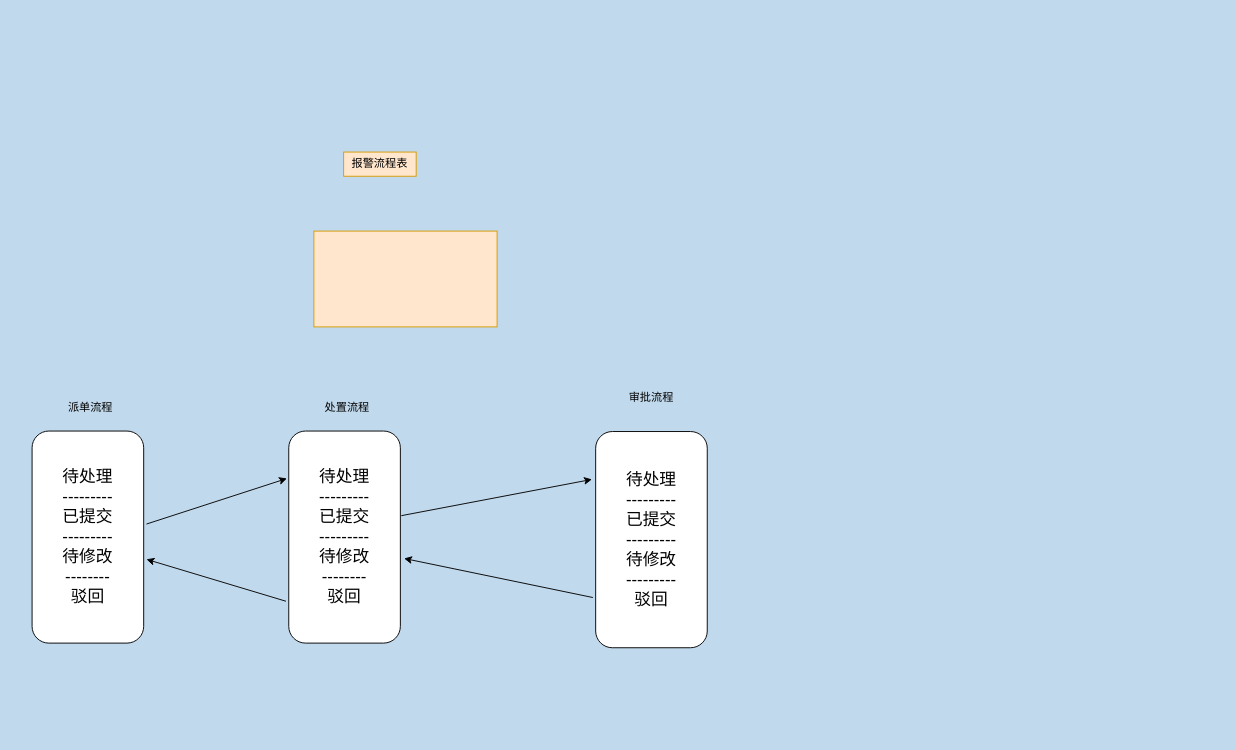
bestOneOnly/drawRelations keeps this draw.io diagram as 未命名绘图.drawio. Above is the earlier version. Source tidied: cells renumbered, new cells numbered last; positions are measured from the earlier drawing's top-left corner, leaving out a move shared by most shapes. Both pictures are drawn from the tidied source at 93%, with x=0, y=0 at pixel (32, 152).
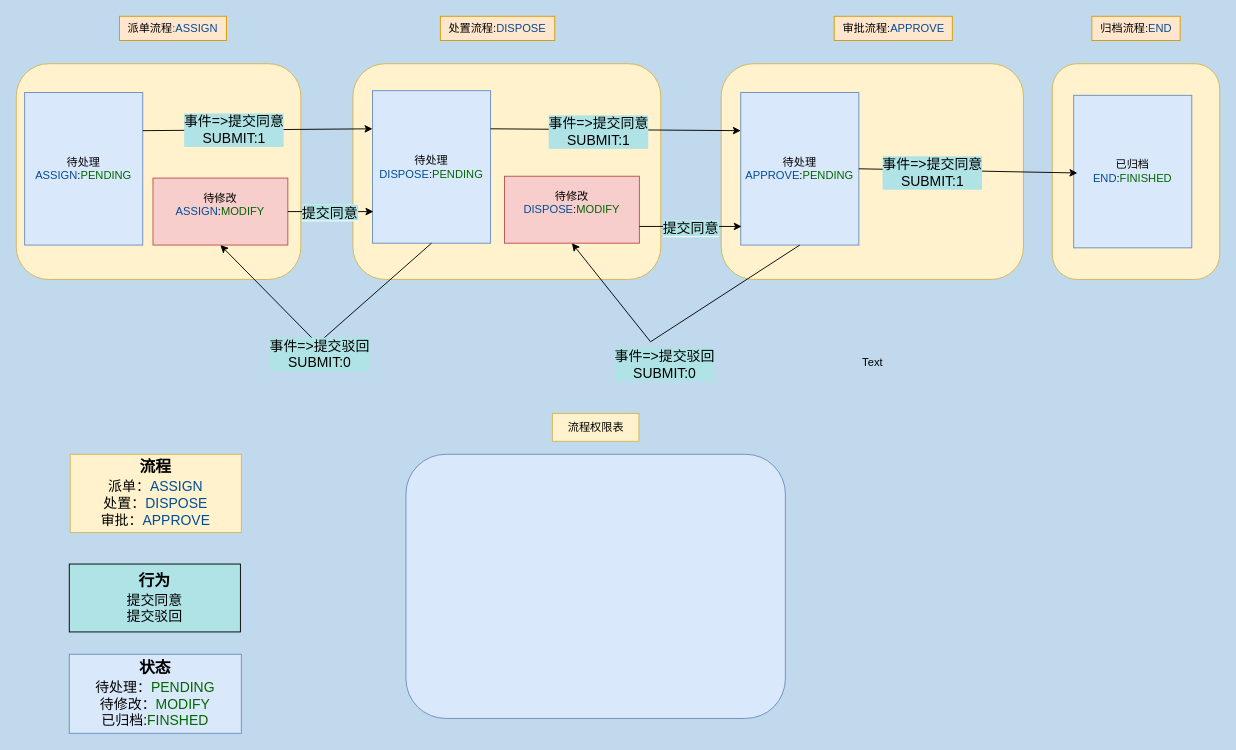
The same diagram, later.

Commit message:
更新未命名绘图.drawio

Diff of the diagram source:
```diff
@@
-    <mxCell id="2" style="rounded=0;whiteSpace=wrap;html=1;fillColor=#ffe6cc;strokeColor=#d79b00;" parent="1" vertex="1">
-      <mxGeometry x="303" y="85" width="197" height="103" as="geometry" />
-    </mxCell>
-    <mxCell id="3" value="报警流程表" style="text;html=1;whiteSpace=wrap;strokeColor=#d79b00;fillColor=#ffe6cc;align=center;verticalAlign=middle;rounded=0;" parent="1" vertex="1">
-      <mxGeometry x="335" width="78" height="26" as="geometry" />
-    </mxCell>
-    <mxCell id="4" value="&lt;div style=&quot;&quot;&gt;&lt;font style=&quot;font-size: 18px;&quot;&gt;待处理&lt;/font&gt;&lt;/div&gt;&lt;div style=&quot;&quot;&gt;&lt;font style=&quot;font-size: 18px;&quot;&gt;---------&lt;/font&gt;&lt;/div&gt;&lt;div style=&quot;&quot;&gt;&lt;font style=&quot;font-size: 18px;&quot;&gt;已提交&lt;/font&gt;&lt;/div&gt;&lt;div style=&quot;&quot;&gt;&lt;font style=&quot;font-size: 18px;&quot;&gt;---------&lt;/font&gt;&lt;/div&gt;&lt;div style=&quot;&quot;&gt;&lt;font style=&quot;font-size: 18px;&quot;&gt;待修改&lt;/font&gt;&lt;/div&gt;&lt;div style=&quot;&quot;&gt;&lt;font style=&quot;font-size: 18px;&quot;&gt;--------&lt;/font&gt;&lt;/div&gt;&lt;div style=&quot;&quot;&gt;&lt;font style=&quot;font-size: 18px;&quot;&gt;驳回&lt;/font&gt;&lt;/div&gt;" style="rounded=1;whiteSpace=wrap;html=1;align=center;labelPosition=center;verticalLabelPosition=middle;verticalAlign=middle;" parent="1" vertex="1">
-      <mxGeometry x="276" y="300" width="120" height="228" as="geometry" />
-    </mxCell>
-    <mxCell id="5" value="&lt;div&gt;&lt;font style=&quot;font-size: 18px;&quot;&gt;待处理&lt;/font&gt;&lt;/div&gt;&lt;div&gt;&lt;font style=&quot;font-size: 18px;&quot;&gt;---------&lt;/font&gt;&lt;/div&gt;&lt;div&gt;&lt;font style=&quot;font-size: 18px;&quot;&gt;已提交&lt;/font&gt;&lt;/div&gt;&lt;div&gt;&lt;font style=&quot;font-size: 18px;&quot;&gt;---------&lt;/font&gt;&lt;/div&gt;&lt;div&gt;&lt;font style=&quot;font-size: 18px;&quot;&gt;待修改&lt;/font&gt;&lt;/div&gt;&lt;div&gt;&lt;font style=&quot;font-size: 18px;&quot;&gt;---------&lt;/font&gt;&lt;/div&gt;&lt;div&gt;&lt;font style=&quot;font-size: 18px;&quot;&gt;驳回&lt;/font&gt;&lt;/div&gt;" style="rounded=1;whiteSpace=wrap;html=1;" parent="1" vertex="1">
-      <mxGeometry x="606" y="300.5" width="120" height="232.5" as="geometry" />
-    </mxCell>
-    <mxCell id="6" value="处置流程" style="text;html=1;whiteSpace=wrap;strokeColor=none;fillColor=none;align=center;verticalAlign=middle;rounded=0;" parent="1" vertex="1">
-      <mxGeometry x="306" y="262" width="66" height="26" as="geometry" />
-    </mxCell>
-    <mxCell id="7" value="审批流程" style="text;html=1;whiteSpace=wrap;strokeColor=none;fillColor=none;align=center;verticalAlign=middle;rounded=0;" parent="1" vertex="1">
-      <mxGeometry x="633" y="251" width="66" height="26" as="geometry" />
-    </mxCell>
-    <mxCell id="8" style="endArrow=classic;html=1;rounded=0;" parent="1" edge="1">
-      <mxGeometry relative="1" as="geometry">
-        <mxPoint x="397" y="391" as="sourcePoint" />
-        <mxPoint x="602" y="352" as="targetPoint" />
-      </mxGeometry>
-    </mxCell>
-    <mxCell id="9" style="endArrow=classic;html=1;rounded=0;" parent="1" edge="1">
-      <mxGeometry relative="1" as="geometry">
-        <mxPoint x="603" y="479" as="sourcePoint" />
-        <mxPoint x="400" y="437" as="targetPoint" />
-      </mxGeometry>
-    </mxCell>
-    <mxCell id="10" value="&lt;div style=&quot;&quot;&gt;&lt;font style=&quot;font-size: 18px;&quot;&gt;待处理&lt;/font&gt;&lt;/div&gt;&lt;div style=&quot;&quot;&gt;&lt;font style=&quot;font-size: 18px;&quot;&gt;---------&lt;/font&gt;&lt;/div&gt;&lt;div style=&quot;&quot;&gt;&lt;font style=&quot;font-size: 18px;&quot;&gt;已提交&lt;/font&gt;&lt;/div&gt;&lt;div style=&quot;&quot;&gt;&lt;font style=&quot;font-size: 18px;&quot;&gt;---------&lt;/font&gt;&lt;/div&gt;&lt;div style=&quot;&quot;&gt;&lt;font style=&quot;font-size: 18px;&quot;&gt;待修改&lt;/font&gt;&lt;/div&gt;&lt;div style=&quot;&quot;&gt;&lt;font style=&quot;font-size: 18px;&quot;&gt;--------&lt;/font&gt;&lt;/div&gt;&lt;div style=&quot;&quot;&gt;&lt;font style=&quot;font-size: 18px;&quot;&gt;驳回&lt;/font&gt;&lt;/div&gt;" style="rounded=1;whiteSpace=wrap;html=1;align=center;labelPosition=center;verticalLabelPosition=middle;verticalAlign=middle;" parent="1" vertex="1">
-      <mxGeometry y="300" width="120" height="228" as="geometry" />
-    </mxCell>
-    <mxCell id="11" value="派单流程" style="text;html=1;whiteSpace=wrap;strokeColor=none;fillColor=none;align=center;verticalAlign=middle;rounded=0;" parent="1" vertex="1">
-      <mxGeometry x="30" y="262" width="66" height="26" as="geometry" />
-    </mxCell>
-    <mxCell id="12" style="endArrow=classic;html=1;rounded=0;" parent="1" edge="1">
-      <mxGeometry relative="1" as="geometry">
-        <mxPoint x="123" y="400" as="sourcePoint" />
-        <mxPoint x="274" y="351" as="targetPoint" />
-      </mxGeometry>
-    </mxCell>
-    <mxCell id="13" style="endArrow=classic;html=1;rounded=0;entryX=1.025;entryY=0.605;entryDx=0;entryDy=0;entryPerimeter=0;" parent="1" edge="1" target="10">
-      <mxGeometry relative="1" as="geometry">
-        <mxPoint x="273" y="483" as="sourcePoint" />
-      </mxGeometry>
-    </mxCell>
+    <mxCell id="14" value="派单流程&lt;font style=&quot;color: rgb(0, 76, 153);&quot;&gt;:ASSIGN&lt;/font&gt;" style="text;html=1;whiteSpace=wrap;strokeColor=#d79b00;fillColor=#ffe6cc;align=center;verticalAlign=middle;rounded=0;" parent="1" vertex="1">
+      <mxGeometry x="94" y="-146" width="115" height="26" as="geometry" />
+    </mxCell>
+    <mxCell id="15" style="rounded=1;whiteSpace=wrap;html=1;fillColor=#fff2cc;strokeColor=#d6b656;" parent="1" vertex="1">
+      <mxGeometry x="-17" y="-95" width="306" height="232" as="geometry" />
+    </mxCell>
+    <mxCell id="16" value="待处理&lt;div&gt;&lt;font style=&quot;color: rgb(0, 76, 153);&quot;&gt;ASSIGN&lt;/font&gt;:&lt;span style=&quot;background-color: transparent;&quot;&gt;&lt;font style=&quot;color: light-dark(rgb(0, 102, 0), rgb(255, 255, 255));&quot;&gt;PENDING&lt;/font&gt;&lt;/span&gt;&lt;/div&gt;" style="rounded=0;whiteSpace=wrap;html=1;fillColor=#dae8fc;strokeColor=#6c8ebf;" parent="1" vertex="1">
+      <mxGeometry x="-8" y="-64" width="127" height="164" as="geometry" />
+    </mxCell>
+    <mxCell id="17" value="待修改&lt;div&gt;&lt;font style=&quot;color: rgb(0, 76, 153);&quot;&gt;ASSIGN&lt;/font&gt;:&lt;font style=&quot;color: rgb(0, 102, 0);&quot;&gt;MODIFY&lt;/font&gt;&lt;br&gt;&lt;div&gt;&lt;br&gt;&lt;/div&gt;&lt;/div&gt;" style="rounded=0;whiteSpace=wrap;html=1;fillColor=#f8cecc;strokeColor=#b85450;" parent="1" vertex="1">
+      <mxGeometry x="130" y="28" width="145" height="72" as="geometry" />
+    </mxCell>
+    <mxCell id="18" value="处置流程:&lt;font style=&quot;color: rgb(0, 76, 153);&quot;&gt;DISPOSE&lt;/font&gt;" style="text;html=1;whiteSpace=wrap;strokeColor=#d79b00;fillColor=#ffe6cc;align=center;verticalAlign=middle;rounded=0;" parent="1" vertex="1">
+      <mxGeometry x="439" y="-146" width="123" height="26" as="geometry" />
+    </mxCell>
+    <mxCell id="19" style="rounded=1;whiteSpace=wrap;html=1;fillColor=#fff2cc;strokeColor=#d6b656;" parent="1" vertex="1">
+      <mxGeometry x="345" y="-95" width="331" height="232" as="geometry" />
+    </mxCell>
+    <mxCell id="20" value="待处理&lt;div&gt;&lt;font color=&quot;#004c99&quot;&gt;DISPOSE&lt;/font&gt;:&lt;span style=&quot;background-color: transparent;&quot;&gt;&lt;font style=&quot;color: light-dark(rgb(0, 102, 0), rgb(255, 255, 255));&quot;&gt;PENDING&lt;/font&gt;&lt;/span&gt;&lt;/div&gt;" style="rounded=0;whiteSpace=wrap;html=1;fillColor=#dae8fc;strokeColor=#6c8ebf;" parent="1" vertex="1">
+      <mxGeometry x="366" y="-66" width="127" height="164" as="geometry" />
+    </mxCell>
+    <mxCell id="21" value="待修改&lt;br&gt;&lt;div&gt;&lt;span style=&quot;background-color: transparent;&quot;&gt;&lt;font style=&quot;color: light-dark(rgb(0, 76, 153), rgb(255, 255, 255));&quot;&gt;DISPOSE&lt;/font&gt;&lt;/span&gt;:&lt;font style=&quot;color: rgb(0, 102, 0);&quot;&gt;MODIFY&lt;/font&gt;&lt;br&gt;&lt;div&gt;&lt;br&gt;&lt;/div&gt;&lt;/div&gt;" style="rounded=0;whiteSpace=wrap;html=1;fillColor=#f8cecc;strokeColor=#b85450;" parent="1" vertex="1">
+      <mxGeometry x="508" y="26" width="145" height="72" as="geometry" />
+    </mxCell>
+    <mxCell id="22" value="审批流程:&lt;font style=&quot;color: rgb(0, 76, 153);&quot;&gt;APPROVE&lt;/font&gt;" style="text;html=1;whiteSpace=wrap;strokeColor=#d79b00;fillColor=#ffe6cc;align=center;verticalAlign=middle;rounded=0;" parent="1" vertex="1">
+      <mxGeometry x="862.5" y="-146" width="127" height="26" as="geometry" />
+    </mxCell>
+    <mxCell id="23" style="rounded=1;whiteSpace=wrap;html=1;fillColor=#fff2cc;strokeColor=#d6b656;" parent="1" vertex="1">
+      <mxGeometry x="741" y="-95" width="325" height="232" as="geometry" />
+    </mxCell>
+    <mxCell id="24" value="待处理&lt;br&gt;&lt;div&gt;&lt;span style=&quot;background-color: transparent;&quot;&gt;&lt;font style=&quot;color: light-dark(rgb(0, 76, 153), rgb(255, 255, 255));&quot;&gt;APPROVE&lt;/font&gt;&lt;/span&gt;:&lt;span style=&quot;background-color: transparent;&quot;&gt;&lt;font style=&quot;color: light-dark(rgb(0, 102, 0), rgb(255, 255, 255));&quot;&gt;PENDING&lt;/font&gt;&lt;/span&gt;&lt;/div&gt;" style="rounded=0;whiteSpace=wrap;html=1;fillColor=#dae8fc;strokeColor=#6c8ebf;" parent="1" vertex="1">
+      <mxGeometry x="762" y="-64" width="127" height="164" as="geometry" />
+    </mxCell>
+    <mxCell id="25" value="归档流程:&lt;font style=&quot;color: rgb(0, 76, 153);&quot;&gt;END&lt;/font&gt;" style="text;html=1;whiteSpace=wrap;strokeColor=#d79b00;fillColor=#ffe6cc;align=center;verticalAlign=middle;rounded=0;" parent="1" vertex="1">
+      <mxGeometry x="1139.5" y="-146" width="95" height="26" as="geometry" />
+    </mxCell>
+    <mxCell id="26" style="rounded=1;whiteSpace=wrap;html=1;fillColor=#fff2cc;strokeColor=#d6b656;" parent="1" vertex="1">
+      <mxGeometry x="1097" y="-95" width="180" height="232" as="geometry" />
+    </mxCell>
+    <mxCell id="27" value="已归档&lt;br&gt;&lt;div&gt;&lt;font style=&quot;color: rgb(0, 76, 153);&quot;&gt;END&lt;/font&gt;:&lt;font style=&quot;color: rgb(0, 102, 0);&quot;&gt;FINISHED&lt;/font&gt;&lt;/div&gt;" style="rounded=0;whiteSpace=wrap;html=1;fillColor=#dae8fc;strokeColor=#6c8ebf;" parent="1" vertex="1">
+      <mxGeometry x="1120" y="-61" width="127" height="164" as="geometry" />
+    </mxCell>
+    <mxCell id="28" style="endArrow=classic;html=1;rounded=0;entryX=0;entryY=0.25;entryDx=0;entryDy=0;exitX=1;exitY=0.25;exitDx=0;exitDy=0;" parent="1" edge="1" source="16" target="20">
+      <mxGeometry relative="1" as="geometry" />
+    </mxCell>
+    <mxCell id="29" value="事件=&amp;gt;提交同意&lt;div&gt;SUBMIT:1&lt;/div&gt;" style="edgeLabel;html=1;align=center;verticalAlign=middle;fontSize=15;labelBackgroundColor=light-dark(#b0e3e6, #ededed);" parent="28" vertex="1">
+      <mxGeometry x="-0.58" y="1" relative="1" as="geometry">
+        <mxPoint x="46" as="offset" />
+      </mxGeometry>
+    </mxCell>
+    <mxCell id="30" style="endArrow=classic;html=1;rounded=0;exitX=0.5;exitY=1;exitDx=0;exitDy=0;entryX=0.5;entryY=1;entryDx=0;entryDy=0;" parent="1" edge="1" source="20" target="17">
+      <mxGeometry relative="1" as="geometry">
+        <Array as="points">
+          <mxPoint x="307" y="206" />
+        </Array>
+      </mxGeometry>
+    </mxCell>
+    <mxCell id="31" value="事件=&amp;gt;提交驳回&lt;div&gt;SUBMIT:0&lt;/div&gt;" style="edgeLabel;html=1;align=center;verticalAlign=middle;labelBackgroundColor=#B0E3E6;fontSize=15;" parent="30" vertex="1">
+      <mxGeometry x="0.18" y="2" relative="1" as="geometry">
+        <mxPoint x="17" y="24" as="offset" />
+      </mxGeometry>
+    </mxCell>
+    <mxCell id="32" style="endArrow=classic;html=1;rounded=0;exitX=1;exitY=0.25;exitDx=0;exitDy=0;entryX=0;entryY=0.25;entryDx=0;entryDy=0;" parent="1" edge="1" source="20" target="24">
+      <mxGeometry relative="1" as="geometry" />
+    </mxCell>
+    <mxCell id="33" value="事件=&amp;gt;提交同意&lt;div&gt;SUBMIT:1&lt;/div&gt;" style="edgeLabel;html=1;align=center;verticalAlign=middle;fontSize=15;labelBackgroundColor=light-dark(#b0e3e6, #ededed);" parent="32" vertex="1">
+      <mxGeometry x="-0.58" y="1" relative="1" as="geometry">
+        <mxPoint x="59" y="3" as="offset" />
+      </mxGeometry>
+    </mxCell>
+    <mxCell id="34" style="endArrow=classic;html=1;rounded=0;exitX=0.5;exitY=1;exitDx=0;exitDy=0;entryX=0.5;entryY=1;entryDx=0;entryDy=0;" parent="1" edge="1" source="24" target="21">
+      <mxGeometry relative="1" as="geometry">
+        <Array as="points">
+          <mxPoint x="665" y="204" />
+        </Array>
+      </mxGeometry>
+    </mxCell>
+    <mxCell id="35" value="事件=&amp;gt;提交驳回&lt;div&gt;SUBMIT:0&lt;/div&gt;" style="edgeLabel;html=1;align=center;verticalAlign=middle;labelBackgroundColor=#B0E3E6;fontSize=15;" parent="34" vertex="1">
+      <mxGeometry x="0.18" y="2" relative="1" as="geometry">
+        <mxPoint x="17" y="24" as="offset" />
+      </mxGeometry>
+    </mxCell>
+    <mxCell id="36" style="endArrow=classic;html=1;rounded=0;exitX=1;exitY=0.5;exitDx=0;exitDy=0;entryX=0;entryY=0.25;entryDx=0;entryDy=0;" parent="1" edge="1" source="24">
+      <mxGeometry relative="1" as="geometry">
+        <mxPoint x="1124" y="22.5" as="targetPoint" />
+      </mxGeometry>
+    </mxCell>
+    <mxCell id="37" value="事件=&amp;gt;提交同意&lt;div&gt;SUBMIT:1&lt;/div&gt;" style="edgeLabel;html=1;align=center;verticalAlign=middle;fontSize=15;labelBackgroundColor=light-dark(#b0e3e6, #ededed);" parent="36" vertex="1">
+      <mxGeometry x="-0.58" y="1" relative="1" as="geometry">
+        <mxPoint x="29" y="4" as="offset" />
+      </mxGeometry>
+    </mxCell>
+    <mxCell id="38" style="edgeStyle=orthogonalEdgeStyle;rounded=0;jettySize=auto;html=1;exitX=1;exitY=0.5;exitDx=0;exitDy=0;entryX=0.008;entryY=0.793;entryDx=0;entryDy=0;entryPerimeter=0;" parent="1" edge="1" source="17" target="20">
+      <mxGeometry relative="1" as="geometry" />
+    </mxCell>
+    <mxCell id="39" value="&lt;span style=&quot;font-size: 15px; background-color: rgb(176, 227, 230);&quot;&gt;提交同意&lt;/span&gt;" style="edgeLabel;html=1;align=center;verticalAlign=middle;" parent="38" vertex="1">
+      <mxGeometry x="-0.28" y="-1" relative="1" as="geometry">
+        <mxPoint x="11" y="-1" as="offset" />
+      </mxGeometry>
+    </mxCell>
+    <mxCell id="40" style="edgeStyle=orthogonalEdgeStyle;rounded=0;jettySize=auto;html=1;exitX=1;exitY=0.75;exitDx=0;exitDy=0;entryX=0.008;entryY=0.878;entryDx=0;entryDy=0;entryPerimeter=0;" parent="1" edge="1" source="21" target="24">
+      <mxGeometry relative="1" as="geometry" />
+    </mxCell>
+    <mxCell id="41" value="&lt;span style=&quot;font-size: 15px; background-color: rgb(176, 227, 230);&quot;&gt;提交同意&lt;/span&gt;" style="edgeLabel;html=1;align=center;verticalAlign=middle;" parent="40" vertex="1">
+      <mxGeometry x="-0.44" y="-2" relative="1" as="geometry">
+        <mxPoint x="23" as="offset" />
+      </mxGeometry>
+    </mxCell>
+    <mxCell id="42" value="Text" style="text;html=1;whiteSpace=wrap;strokeColor=none;fillColor=none;align=center;verticalAlign=middle;rounded=0;" parent="1" vertex="1">
+      <mxGeometry x="884" y="214" width="40" height="26" as="geometry" />
+    </mxCell>
+    <mxCell id="43" style="rounded=1;whiteSpace=wrap;html=1;align=left;fillColor=#dae8fc;strokeColor=#6c8ebf;" parent="1" vertex="1">
+      <mxGeometry x="402" y="325" width="408" height="284" as="geometry" />
+    </mxCell>
+    <mxCell id="44" value="&lt;font style=&quot;font-size: 17px;&quot;&gt;&lt;b style=&quot;&quot;&gt;行为&lt;/b&gt;&lt;/font&gt;&lt;div&gt;&lt;font style=&quot;font-size: 15px;&quot;&gt;提交同意&lt;/font&gt;&lt;/div&gt;&lt;div&gt;&lt;font style=&quot;font-size: 15px;&quot;&gt;提交驳回&lt;/font&gt;&lt;/div&gt;" style="rounded=0;whiteSpace=wrap;html=1;fillColor=#B0E3E6;" parent="1" vertex="1">
+      <mxGeometry x="40" y="443" width="184" height="73" as="geometry" />
+    </mxCell>
+    <mxCell id="45" value="&lt;font style=&quot;font-size: 17px;&quot;&gt;&lt;b&gt;状态&lt;/b&gt;&lt;/font&gt;&lt;br&gt;&lt;div&gt;&lt;span style=&quot;font-size: 15px;&quot;&gt;待处理：&lt;font color=&quot;#006600&quot;&gt;PENDING&lt;/font&gt;&lt;/span&gt;&lt;/div&gt;&lt;div&gt;&lt;span style=&quot;font-size: 15px;&quot;&gt;待修改：&lt;font style=&quot;color: rgb(0, 102, 0);&quot;&gt;MODIFY&lt;/font&gt;&lt;/span&gt;&lt;/div&gt;&lt;div&gt;&lt;span style=&quot;font-size: 15px;&quot;&gt;已归档:&lt;font style=&quot;color: rgb(0, 102, 0);&quot;&gt;FINSHED&lt;/font&gt;&lt;/span&gt;&lt;/div&gt;" style="rounded=0;whiteSpace=wrap;html=1;fillColor=#dae8fc;strokeColor=#6c8ebf;" parent="1" vertex="1">
+      <mxGeometry x="40" y="540" width="185" height="85" as="geometry" />
+    </mxCell>
+    <mxCell id="46" value="&lt;font style=&quot;font-size: 17px;&quot;&gt;&lt;b style=&quot;&quot;&gt;流程&lt;/b&gt;&lt;/font&gt;&lt;div&gt;&lt;span style=&quot;font-size: 15px;&quot;&gt;派单：&lt;font style=&quot;color: rgb(0, 76, 153);&quot;&gt;ASSIGN&lt;/font&gt;&lt;/span&gt;&lt;/div&gt;&lt;div&gt;&lt;span style=&quot;font-size: 15px;&quot;&gt;处置：&lt;font style=&quot;color: rgb(0, 76, 153);&quot;&gt;DISPOSE&lt;/font&gt;&lt;/span&gt;&lt;/div&gt;&lt;div&gt;&lt;span style=&quot;font-size: 15px;&quot;&gt;审批：&lt;font style=&quot;color: rgb(0, 76, 153);&quot;&gt;APPROVE&lt;/font&gt;&lt;/span&gt;&lt;/div&gt;" style="rounded=0;whiteSpace=wrap;html=1;fillColor=#fff2cc;strokeColor=#d6b656;" parent="1" vertex="1">
+      <mxGeometry x="41" y="325" width="184" height="84" as="geometry" />
+    </mxCell>
+    <mxCell id="47" value="流程权限表" style="text;html=1;whiteSpace=wrap;strokeColor=#d6b656;fillColor=#fff2cc;align=center;verticalAlign=middle;rounded=0;" parent="1" vertex="1">
+      <mxGeometry x="559.5" y="281" width="93" height="30" as="geometry" />
+    </mxCell>
```
